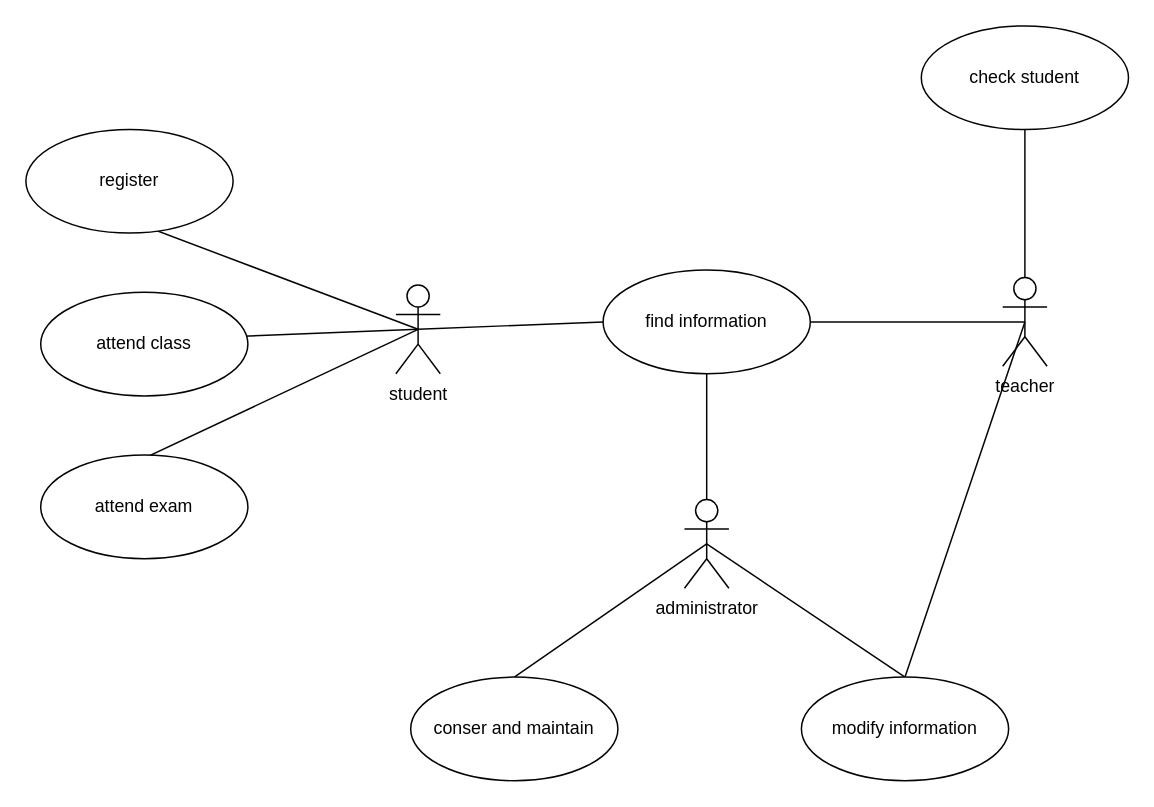
MUST-Quick-Fry/Face-Recognition-Sign-In-System keeps this draw.io diagram as page "user_case_uml" (2 of 8) of doc/demo.drawio. Above is the earlier version. Source tidied: cells renumbered, new cells numbered last; positions are measured from the earlier drawing's top-left corner, leaving out a move shared by most shapes. Both pictures are drawn from the tidied source at 148%, with x=0, y=0 at pixel (25, 25).
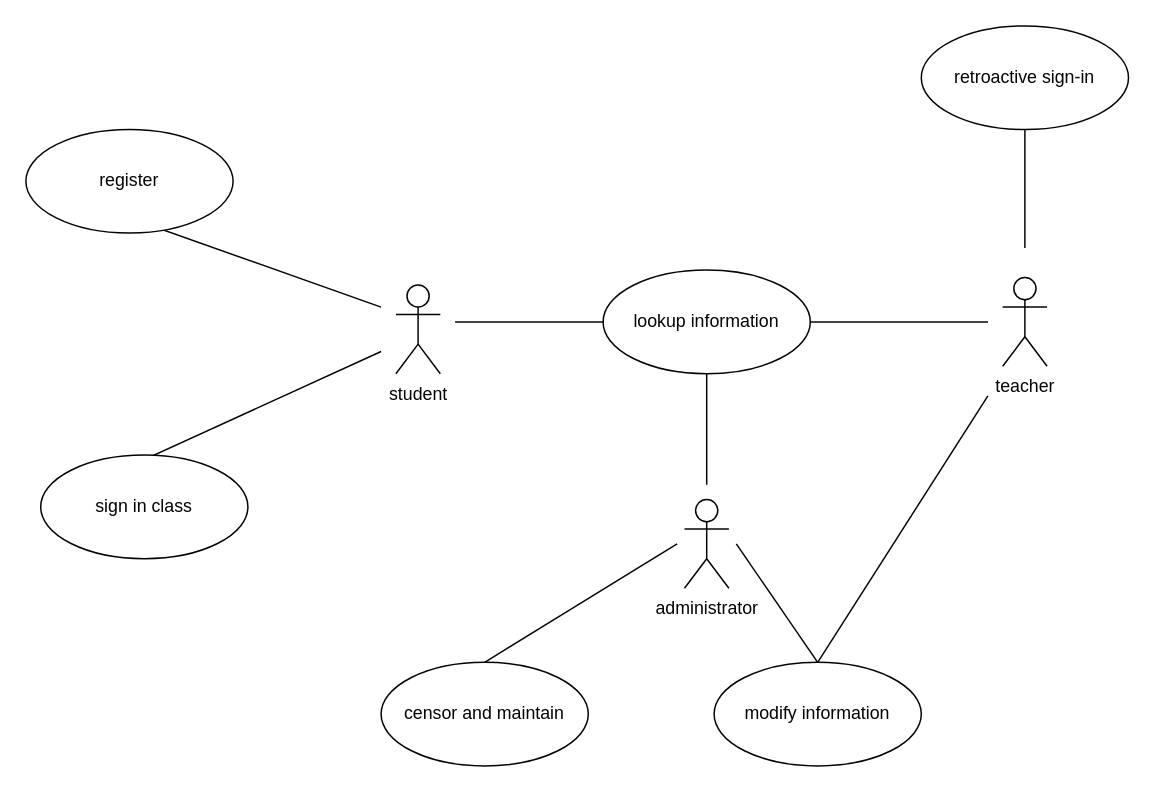
After the change.

Unchanged cells that the change refers to:
```xml
<mxCell id="6" value="student" style="shape=umlActor;verticalLabelPosition=bottom;verticalAlign=top;html=1;strokeColor=#030303;fillColor=#FFFFFF;fontColor=#030303;" parent="1" vertex="1">
  <mxGeometry x="250" y="175" width="30" height="60" as="geometry" />
</mxCell>
<mxCell id="10" value="teacher" style="shape=umlActor;verticalLabelPosition=bottom;verticalAlign=top;html=1;strokeColor=#030303;fillColor=#FFFFFF;fontColor=#030303;" parent="1" vertex="1">
  <mxGeometry x="660" y="170" width="30" height="60" as="geometry" />
</mxCell>
<mxCell id="14" value="administrator" style="shape=umlActor;verticalLabelPosition=bottom;verticalAlign=top;html=1;strokeColor=#030303;fillColor=#FFFFFF;fontColor=#030303;" parent="1" vertex="1">
  <mxGeometry x="445" y="320" width="30" height="60" as="geometry" />
</mxCell>
<mxCell id="15" value="register" style="ellipse;whiteSpace=wrap;html=1;fontColor=#030303;strokeColor=#030303;fillColor=#FFFFFF;" parent="1" vertex="1">
  <mxGeometry y="70" width="140" height="70" as="geometry" />
</mxCell>
```

What changed in the source:
```diff
@@
-    <mxCell id="2" style="rounded=0;jettySize=auto;html=1;exitX=0.5;exitY=0.5;exitDx=0;exitDy=0;exitPerimeter=0;entryX=0;entryY=0.5;entryDx=0;entryDy=0;fontColor=#030303;endArrow=none;endFill=0;strokeColor=#030303;" parent="1" edge="1" source="6" target="15">
-      <mxGeometry relative="1" as="geometry" />
+    <mxCell id="2" style="rounded=0;jettySize=auto;html=1;entryX=0;entryY=0.5;entryDx=0;entryDy=0;fontColor=#030303;endArrow=none;endFill=0;strokeColor=#030303;" parent="1" edge="1" target="15">
+      <mxGeometry relative="1" as="geometry">
+        <mxPoint x="240" y="190" as="sourcePoint" />
+      </mxGeometry>
     </mxCell>
-    <mxCell id="3" style="edgeStyle=none;rounded=0;jettySize=auto;html=1;exitX=0.5;exitY=0.5;exitDx=0;exitDy=0;exitPerimeter=0;entryX=0;entryY=0.5;entryDx=0;entryDy=0;fontColor=#030303;endArrow=none;endFill=0;strokeColor=#030303;" parent="1" edge="1" source="6" target="16">
-      <mxGeometry relative="1" as="geometry" />
-    </mxCell>
-    <mxCell id="4" style="edgeStyle=none;rounded=0;jettySize=auto;html=1;exitX=0.5;exitY=0.5;exitDx=0;exitDy=0;exitPerimeter=0;entryX=0;entryY=0.5;entryDx=0;entryDy=0;fontColor=#030303;endArrow=none;endFill=0;strokeColor=#030303;" parent="1" edge="1" source="6" target="17">
-      <mxGeometry relative="1" as="geometry" />
+    <mxCell id="4" style="edgeStyle=none;rounded=0;jettySize=auto;html=1;entryX=0;entryY=0.5;entryDx=0;entryDy=0;fontColor=#030303;endArrow=none;endFill=0;strokeColor=#030303;" parent="1" edge="1" target="17">
+      <mxGeometry relative="1" as="geometry">
+        <mxPoint x="240" y="220" as="sourcePoint" />
+      </mxGeometry>
     </mxCell>
-    <mxCell id="5" style="edgeStyle=none;rounded=0;jettySize=auto;html=1;exitX=0.5;exitY=0.5;exitDx=0;exitDy=0;exitPerimeter=0;entryX=0;entryY=0.5;entryDx=0;entryDy=0;fontColor=#030303;endArrow=none;endFill=0;strokeColor=#030303;" parent="1" edge="1" source="6" target="18">
-      <mxGeometry relative="1" as="geometry" />
+    <mxCell id="5" style="edgeStyle=none;rounded=0;jettySize=auto;html=1;entryX=0;entryY=0.5;entryDx=0;entryDy=0;fontColor=#030303;endArrow=none;endFill=0;strokeColor=#030303;" parent="1" edge="1" target="18">
+      <mxGeometry relative="1" as="geometry">
+        <mxPoint x="290" y="200" as="sourcePoint" />
+      </mxGeometry>
     </mxCell>
@@
-    <mxCell id="7" style="edgeStyle=none;rounded=0;jettySize=auto;html=1;exitX=0.5;exitY=0.5;exitDx=0;exitDy=0;exitPerimeter=0;entryX=1;entryY=0.5;entryDx=0;entryDy=0;fontColor=#030303;endArrow=none;endFill=0;strokeColor=#030303;" parent="1" edge="1" source="10" target="18">
-      <mxGeometry relative="1" as="geometry" />
+    <mxCell id="7" style="edgeStyle=none;rounded=0;jettySize=auto;html=1;entryX=1;entryY=0.5;entryDx=0;entryDy=0;fontColor=#030303;endArrow=none;endFill=0;strokeColor=#030303;" parent="1" edge="1" target="18">
+      <mxGeometry relative="1" as="geometry">
+        <mxPoint x="650" y="200" as="sourcePoint" />
+      </mxGeometry>
     </mxCell>
-    <mxCell id="8" style="edgeStyle=none;rounded=0;jettySize=auto;html=1;exitX=0.5;exitY=0.5;exitDx=0;exitDy=0;exitPerimeter=0;entryX=0.5;entryY=0;entryDx=0;entryDy=0;fontColor=#030303;endArrow=none;endFill=0;strokeColor=#030303;" parent="1" edge="1" source="10" target="20">
-      <mxGeometry relative="1" as="geometry" />
+    <mxCell id="8" style="edgeStyle=none;rounded=0;jettySize=auto;html=1;entryX=0.5;entryY=0;entryDx=0;entryDy=0;fontColor=#030303;endArrow=none;endFill=0;strokeColor=#030303;" parent="1" edge="1" target="20">
+      <mxGeometry relative="1" as="geometry">
+        <mxPoint x="650" y="250" as="sourcePoint" />
+      </mxGeometry>
     </mxCell>
-    <mxCell id="9" style="edgeStyle=none;rounded=0;jettySize=auto;html=1;exitX=0.5;exitY=0;exitDx=0;exitDy=0;exitPerimeter=0;entryX=0.5;entryY=1;entryDx=0;entryDy=0;fontColor=#030303;endArrow=none;endFill=0;strokeColor=#030303;" parent="1" edge="1" source="10" target="21">
-      <mxGeometry relative="1" as="geometry" />
+    <mxCell id="9" style="edgeStyle=none;rounded=0;jettySize=auto;html=1;entryX=0.5;entryY=1;entryDx=0;entryDy=0;fontColor=#030303;endArrow=none;endFill=0;strokeColor=#030303;" parent="1" edge="1" target="21">
+      <mxGeometry relative="1" as="geometry">
+        <mxPoint x="675" y="150" as="sourcePoint" />
+      </mxGeometry>
     </mxCell>
@@
-    <mxCell id="11" style="edgeStyle=none;rounded=0;jettySize=auto;html=1;exitX=0.5;exitY=0;exitDx=0;exitDy=0;exitPerimeter=0;entryX=0.5;entryY=1;entryDx=0;entryDy=0;fontColor=#030303;endArrow=none;endFill=0;strokeColor=#030303;" parent="1" edge="1" source="14" target="18">
-      <mxGeometry relative="1" as="geometry" />
+    <mxCell id="11" style="edgeStyle=none;rounded=0;jettySize=auto;html=1;entryX=0.5;entryY=1;entryDx=0;entryDy=0;fontColor=#030303;endArrow=none;endFill=0;strokeColor=#030303;" parent="1" edge="1" target="18">
+      <mxGeometry relative="1" as="geometry">
+        <mxPoint x="460" y="310" as="sourcePoint" />
+      </mxGeometry>
     </mxCell>
-    <mxCell id="12" style="edgeStyle=none;rounded=0;jettySize=auto;html=1;exitX=0.5;exitY=0.5;exitDx=0;exitDy=0;exitPerimeter=0;entryX=0.5;entryY=0;entryDx=0;entryDy=0;fontColor=#030303;endArrow=none;endFill=0;strokeColor=#030303;" parent="1" edge="1" source="14" target="20">
-      <mxGeometry relative="1" as="geometry" />
+    <mxCell id="12" style="edgeStyle=none;rounded=0;jettySize=auto;html=1;entryX=0.5;entryY=0;entryDx=0;entryDy=0;fontColor=#030303;endArrow=none;endFill=0;strokeColor=#030303;" parent="1" edge="1" target="20">
+      <mxGeometry relative="1" as="geometry">
+        <mxPoint x="480" y="350" as="sourcePoint" />
+      </mxGeometry>
     </mxCell>
-    <mxCell id="13" style="edgeStyle=none;rounded=0;jettySize=auto;html=1;exitX=0.5;exitY=0.5;exitDx=0;exitDy=0;exitPerimeter=0;entryX=0.5;entryY=0;entryDx=0;entryDy=0;fontColor=#030303;endArrow=none;endFill=0;strokeColor=#030303;" parent="1" edge="1" source="14" target="19">
-      <mxGeometry relative="1" as="geometry" />
+    <mxCell id="13" style="edgeStyle=none;rounded=0;jettySize=auto;html=1;entryX=0.5;entryY=0;entryDx=0;entryDy=0;fontColor=#030303;endArrow=none;endFill=0;strokeColor=#030303;" parent="1" edge="1" target="19">
+      <mxGeometry relative="1" as="geometry">
+        <mxPoint x="440" y="350" as="sourcePoint" />
+      </mxGeometry>
     </mxCell>
@@
-    <mxCell id="16" value="attend class" style="ellipse;whiteSpace=wrap;html=1;fontColor=#030303;strokeColor=#030303;fillColor=#FFFFFF;" parent="1" vertex="1">
-      <mxGeometry x="10" y="180" width="140" height="70" as="geometry" />
-    </mxCell>
-    <mxCell id="17" value="attend exam" style="ellipse;whiteSpace=wrap;html=1;fontColor=#030303;strokeColor=#030303;fillColor=#FFFFFF;" parent="1" vertex="1">
+    <mxCell id="17" value="sign in class" style="ellipse;whiteSpace=wrap;html=1;fontColor=#030303;strokeColor=#030303;fillColor=#FFFFFF;" parent="1" vertex="1">
       <mxGeometry x="10" y="290" width="140" height="70" as="geometry" />
     </mxCell>
-    <mxCell id="18" value="find information" style="ellipse;whiteSpace=wrap;html=1;fontColor=#030303;strokeColor=#030303;fillColor=#FFFFFF;" parent="1" vertex="1">
+    <mxCell id="18" value="lookup information" style="ellipse;whiteSpace=wrap;html=1;fontColor=#030303;strokeColor=#030303;fillColor=#FFFFFF;" parent="1" vertex="1">
       <mxGeometry x="390" y="165" width="140" height="70" as="geometry" />
     </mxCell>
-    <mxCell id="19" value="conser and maintain" style="ellipse;whiteSpace=wrap;html=1;fontColor=#030303;strokeColor=#030303;fillColor=#FFFFFF;" parent="1" vertex="1">
-      <mxGeometry x="260" y="440" width="140" height="70" as="geometry" />
+    <mxCell id="19" value="censor and maintain" style="ellipse;whiteSpace=wrap;html=1;fontColor=#030303;strokeColor=#030303;fillColor=#FFFFFF;" parent="1" vertex="1">
+      <mxGeometry x="240" y="430" width="140" height="70" as="geometry" />
     </mxCell>
     <mxCell id="20" value="modify information" style="ellipse;whiteSpace=wrap;html=1;fontColor=#030303;strokeColor=#030303;fillColor=#FFFFFF;" parent="1" vertex="1">
-      <mxGeometry x="524" y="440" width="140" height="70" as="geometry" />
+      <mxGeometry x="465" y="430" width="140" height="70" as="geometry" />
     </mxCell>
-    <mxCell id="21" value="check student" style="ellipse;whiteSpace=wrap;html=1;fontColor=#030303;strokeColor=#030303;fillColor=#FFFFFF;" parent="1" vertex="1">
+    <mxCell id="21" value="&lt;div style=&quot;font-family: &amp;#34;consolas&amp;#34; , &amp;#34;courier new&amp;#34; , monospace ; line-height: 19px&quot;&gt;&lt;span style=&quot;font-family: &amp;#34;helvetica&amp;#34;&quot;&gt;retroactive sign-in&lt;/span&gt;&lt;br&gt;&lt;/div&gt;" style="ellipse;whiteSpace=wrap;html=1;fontColor=#030303;strokeColor=#030303;fillColor=#FFFFFF;" parent="1" vertex="1">
       <mxGeometry x="605" width="140" height="70" as="geometry" />
     </mxCell>
```
